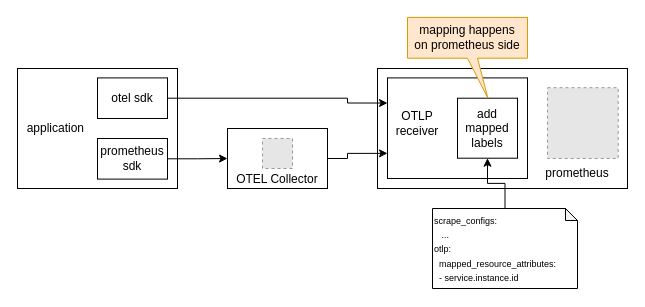
Above: prometheus/prometheus-map-otel-resource-server-side.drawio in fatsheep9146/drawio-registry (draw.io), before the change. Source tidied: cells renumbered, new cells numbered last; positions are measured from the earlier drawing's top-left corner, leaving out a move shared by most shapes. Both pictures are drawn from the tidied source at 100%, with x=0, y=0 at pixel (17, 17). Pictures stored in the file or linked from it are replaced by grey dashed boxes.
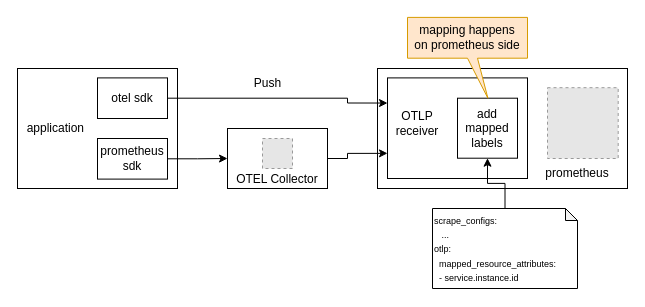
After the change.

Change to the diagram source:
```diff
@@
+    <mxCell id="20" value="Push" style="text;html=1;align=center;verticalAlign=middle;strokeColor=none;fillColor=none;" parent="1" vertex="1">
+      <mxGeometry x="225" y="51" width="50" height="30" as="geometry" />
+    </mxCell>
```
